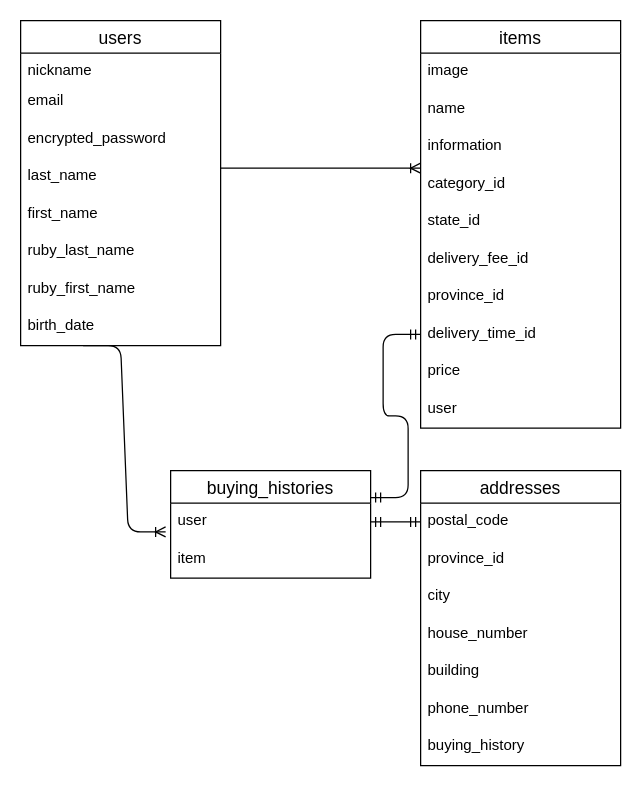
Earlier version of the draw.io diagram furima-37747.dio (tsuyori-S/furima-37747). Source tidied: cells renumbered, new cells numbered last; positions are measured from the earlier drawing's top-left corner, leaving out a move shared by most shapes. Both pictures are drawn from the tidied source at 125%, with x=0, y=0 at pixel (20, 20).
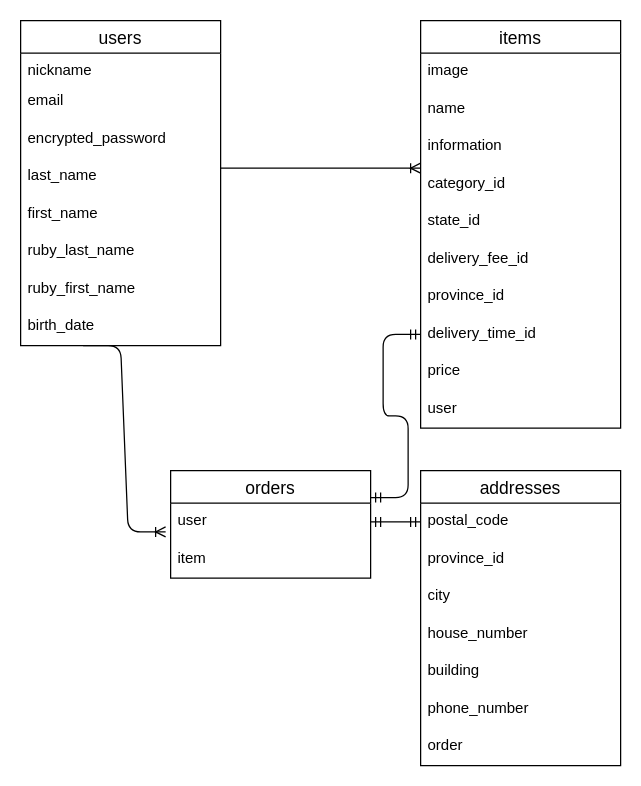
After the change.

The change refers to these unchanged cells:
```xml
<mxCell id="2" value="addresses" style="swimlane;fontStyle=0;horizontal=1;startSize=26;align=center;fontSize=14;" parent="1" vertex="1">
  <mxGeometry x="320" y="360" width="160" height="236" as="geometry" />
</mxCell>
```

Change to the diagram source:
```diff
@@
-    <mxCell id="9" value="buying_history" style="text;strokeColor=none;fillColor=none;spacingLeft=4;spacingRight=4;overflow=hidden;fontSize=12;" parent="2" vertex="1">
+    <mxCell id="9" value="order" style="text;strokeColor=none;fillColor=none;spacingLeft=4;spacingRight=4;overflow=hidden;fontSize=12;" parent="2" vertex="1">
       <mxGeometry y="206" width="160" height="30" as="geometry" />
     </mxCell>
@@
-    <mxCell id="32" value="buying_histories" style="swimlane;fontStyle=0;horizontal=1;startSize=26;align=center;fontSize=14;" parent="1" vertex="1">
+    <mxCell id="32" value="orders" style="swimlane;fontStyle=0;horizontal=1;startSize=26;align=center;fontSize=14;" parent="1" vertex="1">
       <mxGeometry x="120" y="360" width="160" height="86" as="geometry" />
     </mxCell>
```
